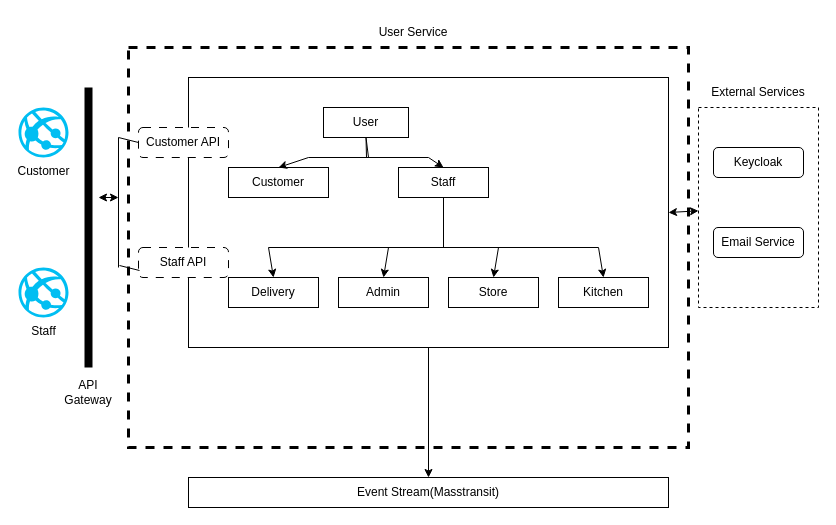
Earlier version of the draw.io diagram PennywhistlePizza.UserService.drawio (charith-swivel/Juno-Digrams). Source tidied: cells renumbered, new cells numbered last; positions are measured from the earlier drawing's top-left corner, leaving out a move shared by most shapes. Both pictures are drawn from the tidied source at 100%, with x=0, y=0 at pixel (18, 17).
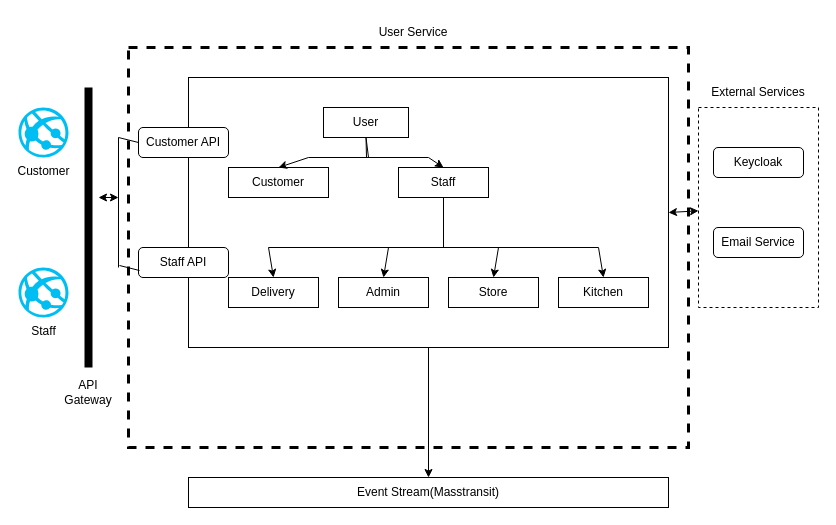
The same page after the edit.

Unchanged cells that the change refers to:
```xml
<mxCell id="7" style="group;" parent="1" vertex="1">
  <mxGeometry x="170" y="60" width="500" height="370" as="geometry" />
</mxCell>
```

Diff of the diagram source:
```diff
@@
-    <mxCell id="25" value="Staff API" style="rounded=1;whiteSpace=wrap;html=1;dashed=1;dashPattern=8 8;" parent="7" vertex="1">
+    <mxCell id="25" value="Staff API" style="rounded=1;whiteSpace=wrap;html=1;" parent="7" vertex="1">
       <mxGeometry x="-50" y="170" width="90" height="30" as="geometry" />
     </mxCell>
@@
-    <mxCell id="32" value="Customer API" style="rounded=1;whiteSpace=wrap;html=1;dashed=1;dashPattern=8 8;" parent="1" vertex="1">
+    <mxCell id="32" value="Customer API" style="rounded=1;whiteSpace=wrap;html=1;" parent="1" vertex="1">
       <mxGeometry x="120" y="110" width="90" height="30" as="geometry" />
     </mxCell>
```
